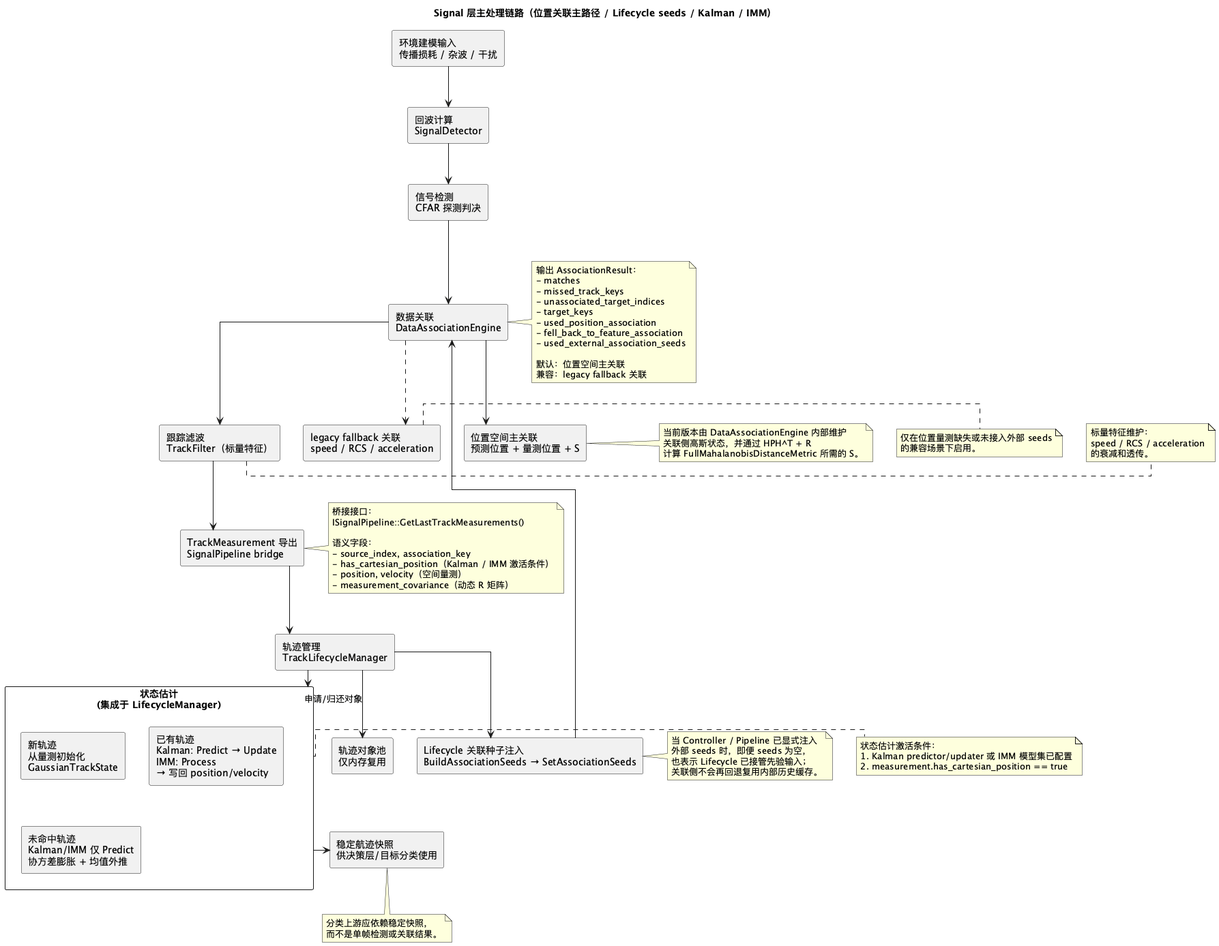
The PlantUML diagram doc/architecture/signal/signal-processing-flow.png in boilwater-3/1q, before a commit.
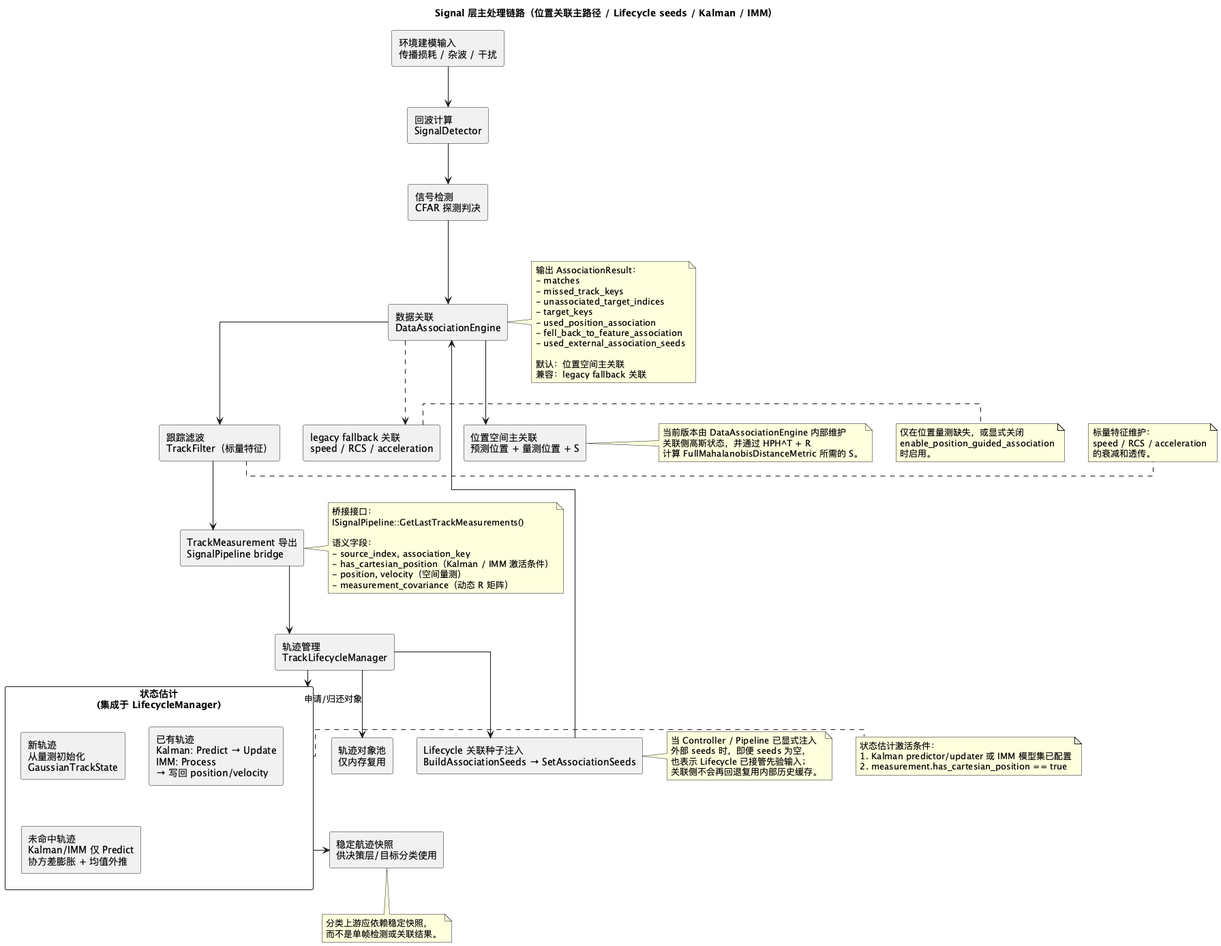
Later version of the same file.

Commit message:
docs(signal): 细化关联边界与当前限制说明

- 更新 signal-architecture.md，明确位置关联已成为默认主路径，legacy 标量特征仅保留为兼容兜底路径
- 补充 Lifecycle external seeds 与 fallback_history_tracks_ 的先验来源区分，明确 prior fallback / feature fallback 两类语义
- 增强 4.2 数据关联图，显式展示 external seeds、fallback history、轨迹级新息协方差 S，以及 measurement_covariance 尚未直接进入关联侧 S 计算的当前边界
- 调整“待完善 / 当前已知限制”章节措辞，说明单一真源收敛已开始推进但尚未完成，并补充空 external seeds 的接管语义
- 同步修正 signal-processing-flow.puml 中 legacy fallback 的触发条件描述，使其与当前位置主路径实现保持一致

Diff of the diagram source:
```diff
@@ -90,8 +90,9 @@
 end note
 
 note right of LEGACY_ASSOC
-  仅在位置量测缺失或未接入外部 seeds
-  的兼容场景下启用。
+  仅在位置量测缺失，或显式关闭
+  enable_position_guided_association
+  时启用。
 end note
 
 note bottom of SNAPSHOT
```
